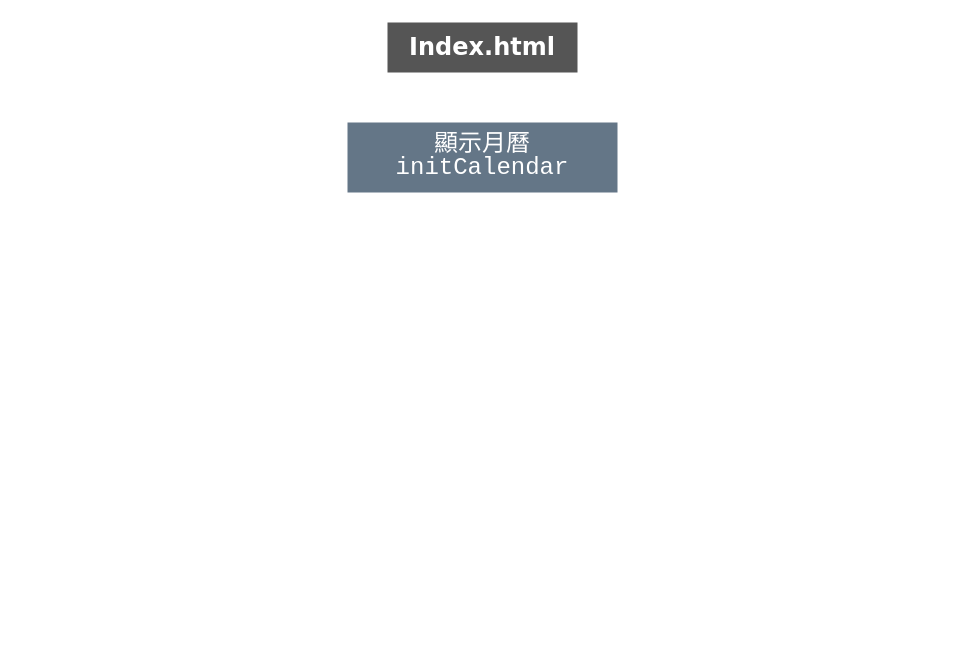
This is Calendar.drawio from SonicHsu/CalendarApp, a draw.io file, before an edit. Source tidied: cells renumbered, new cells numbered last; positions are measured from the earlier drawing's top-left corner, leaving out a move shared by most shapes. Both pictures are drawn from the tidied source at 100%, with x=0, y=0 at pixel (347, 22).
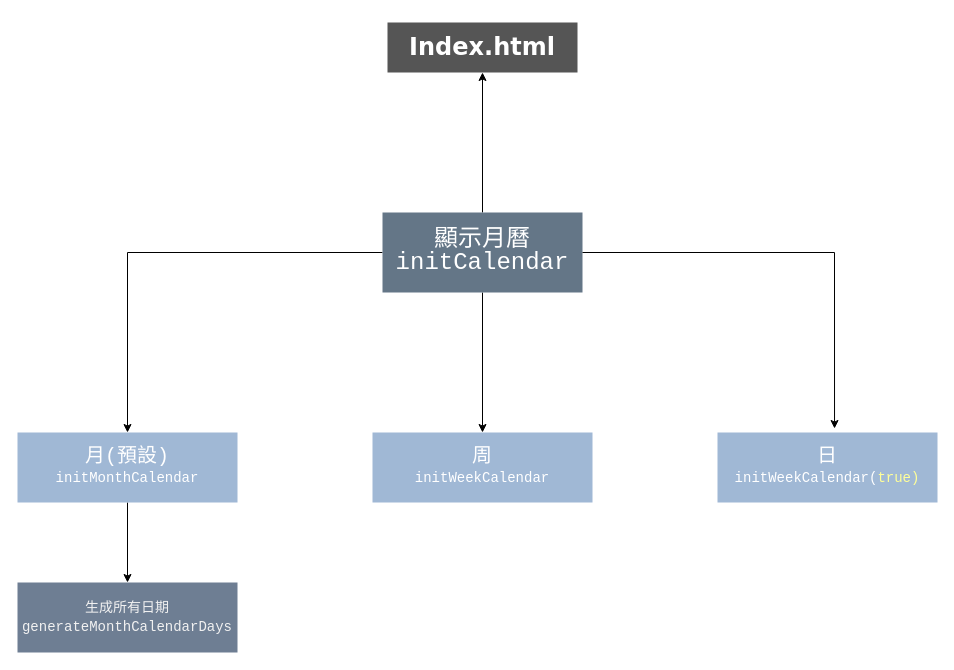
After the change.

What changed in the source:
```diff
@@
 <mxGraphModel>
   <root>
     <mxCell id="0" />
     <mxCell id="1" parent="0" />
     <mxCell id="2" value="&lt;h1&gt;&lt;font face=&quot;Verdana&quot;&gt;Index.html&lt;/font&gt;&lt;/h1&gt;" style="rounded=0;whiteSpace=wrap;html=1;fillColor=#555555;strokeColor=none;fontColor=#FFFFFF;" parent="1" vertex="1">
       <mxGeometry x="40" width="190" height="50" as="geometry" />
     </mxCell>
+    <mxCell id="4" style="edgeStyle=orthogonalEdgeStyle;rounded=0;jettySize=auto;html=1;entryX=0.5;entryY=1;entryDx=0;entryDy=0;" parent="1" edge="1" source="3" target="2">
+      <mxGeometry relative="1" as="geometry" />
+    </mxCell>
+    <mxCell id="5" style="edgeStyle=orthogonalEdgeStyle;rounded=0;jettySize=auto;html=1;entryX=0.5;entryY=0;entryDx=0;entryDy=0;" parent="1" edge="1" source="3" target="8">
+      <mxGeometry relative="1" as="geometry" />
+    </mxCell>
+    <mxCell id="6" style="edgeStyle=orthogonalEdgeStyle;rounded=0;jettySize=auto;html=1;entryX=0.5;entryY=0;entryDx=0;entryDy=0;" parent="1" edge="1" source="3" target="9">
+      <mxGeometry relative="1" as="geometry" />
+    </mxCell>
     <mxCell id="3" value="&lt;div style=&quot;font-family: Consolas, &amp;quot;Courier New&amp;quot;, monospace; line-height: 19px; white-space: pre;&quot;&gt;&lt;span style=&quot;font-size: 24px;&quot;&gt;顯示月曆&lt;/span&gt;&lt;/div&gt;&lt;div style=&quot;font-family: Consolas, &amp;quot;Courier New&amp;quot;, monospace; line-height: 19px; white-space: pre;&quot;&gt;&lt;font style=&quot;color: rgb(255, 255, 255); font-size: 24px;&quot;&gt;initCalendar&lt;/font&gt;&lt;/div&gt;" style="rounded=0;whiteSpace=wrap;html=1;fillColor=#647687;strokeColor=none;fontColor=#ffffff;" parent="1" vertex="1">
-      <mxGeometry y="100" width="270" height="70" as="geometry" />
+      <mxGeometry x="35" y="190" width="200" height="80" as="geometry" />
     </mxCell>
+    <mxCell id="7" style="edgeStyle=orthogonalEdgeStyle;rounded=0;jettySize=auto;html=1;entryX=0.5;entryY=0;entryDx=0;entryDy=0;" parent="1" edge="1" source="8" target="12">
+      <mxGeometry relative="1" as="geometry" />
+    </mxCell>
+    <mxCell id="8" value="&lt;div style=&quot;font-family: Consolas, &amp;quot;Courier New&amp;quot;, monospace; line-height: 19px; white-space: pre;&quot;&gt;&lt;font style=&quot;font-size: 20px; color: rgb(255, 255, 255);&quot;&gt;月(預設)&lt;/font&gt;&lt;/div&gt;&lt;div style=&quot;font-family: Consolas, &amp;quot;Courier New&amp;quot;, monospace; line-height: 19px; white-space: pre;&quot;&gt;&lt;div style=&quot;font-size: 14px; line-height: 19px;&quot;&gt;&lt;span&gt;&lt;font style=&quot;color: rgb(255, 255, 255);&quot;&gt;initMonthCalendar&lt;/font&gt;&lt;/span&gt;&lt;/div&gt;&lt;/div&gt;" style="rounded=0;whiteSpace=wrap;html=1;fillColor=#A0B8D5;strokeColor=none;fontColor=#ffffff;strokeWidth=1;" parent="1" vertex="1">
+      <mxGeometry x="-330" y="410" width="220" height="70" as="geometry" />
+    </mxCell>
+    <mxCell id="9" value="&lt;div style=&quot;font-family: Consolas, &amp;quot;Courier New&amp;quot;, monospace; line-height: 19px; white-space: pre;&quot;&gt;&lt;span style=&quot;font-size: 20px;&quot;&gt;&lt;font style=&quot;&quot;&gt;周&lt;/font&gt;&lt;/span&gt;&lt;/div&gt;&lt;div style=&quot;font-family: Consolas, &amp;quot;Courier New&amp;quot;, monospace; line-height: 19px; white-space: pre;&quot;&gt;&lt;div style=&quot;font-size: 14px; line-height: 19px;&quot;&gt;&lt;div style=&quot;line-height: 19px;&quot;&gt;&lt;span&gt;&lt;font style=&quot;color: rgb(255, 255, 255);&quot;&gt;initWeekCalendar&lt;/font&gt;&lt;/span&gt;&lt;/div&gt;&lt;/div&gt;&lt;/div&gt;" style="rounded=0;whiteSpace=wrap;html=1;fillColor=#A0B8D5;strokeColor=none;fontColor=#ffffff;strokeWidth=1;" parent="1" vertex="1">
+      <mxGeometry x="25" y="410" width="220" height="70" as="geometry" />
+    </mxCell>
+    <mxCell id="10" value="&lt;div style=&quot;font-family: Consolas, &amp;quot;Courier New&amp;quot;, monospace; line-height: 19px; white-space: pre;&quot;&gt;&lt;span style=&quot;font-size: 20px;&quot;&gt;日&lt;/span&gt;&lt;/div&gt;&lt;div style=&quot;font-family: Consolas, &amp;quot;Courier New&amp;quot;, monospace; line-height: 19px; white-space: pre;&quot;&gt;&lt;div style=&quot;font-size: 14px; line-height: 19px;&quot;&gt;&lt;div style=&quot;line-height: 19px;&quot;&gt;&lt;span&gt;&lt;font style=&quot;color: rgb(255, 255, 255);&quot;&gt;initWeekCalendar(&lt;/font&gt;&lt;/span&gt;&lt;span&gt;&lt;font style=&quot;color: rgb(255, 255, 153);&quot;&gt;true)&lt;/font&gt;&lt;/span&gt;&lt;/div&gt;&lt;/div&gt;&lt;/div&gt;" style="rounded=0;whiteSpace=wrap;html=1;fillColor=#A0B8D5;strokeColor=none;fontColor=#ffffff;strokeWidth=1;" parent="1" vertex="1">
+      <mxGeometry x="370" y="410" width="220" height="70" as="geometry" />
+    </mxCell>
+    <mxCell id="11" style="edgeStyle=orthogonalEdgeStyle;rounded=0;jettySize=auto;html=1;entryX=0.532;entryY=-0.057;entryDx=0;entryDy=0;entryPerimeter=0;" parent="1" edge="1" source="3" target="10">
+      <mxGeometry relative="1" as="geometry" />
+    </mxCell>
+    <mxCell id="12" value="&lt;div style=&quot;font-family: Consolas, &amp;quot;Courier New&amp;quot;, monospace; line-height: 19px; white-space: pre;&quot;&gt;&lt;div style=&quot;font-size: 14px; line-height: 19px;&quot;&gt;&lt;span&gt;&lt;font style=&quot;color: rgb(241, 241, 241);&quot;&gt;生成所有日期&lt;br/&gt;generateMonthCalendarDays&lt;/font&gt;&lt;/span&gt;&lt;/div&gt;&lt;/div&gt;" style="rounded=0;whiteSpace=wrap;html=1;fillColor=#6E7E93;strokeColor=none;fontColor=#ffffff;strokeWidth=1;" parent="1" vertex="1">
+      <mxGeometry x="-330" y="560" width="220" height="70" as="geometry" />
+    </mxCell>
   </root>
 </mxGraphModel>
```
